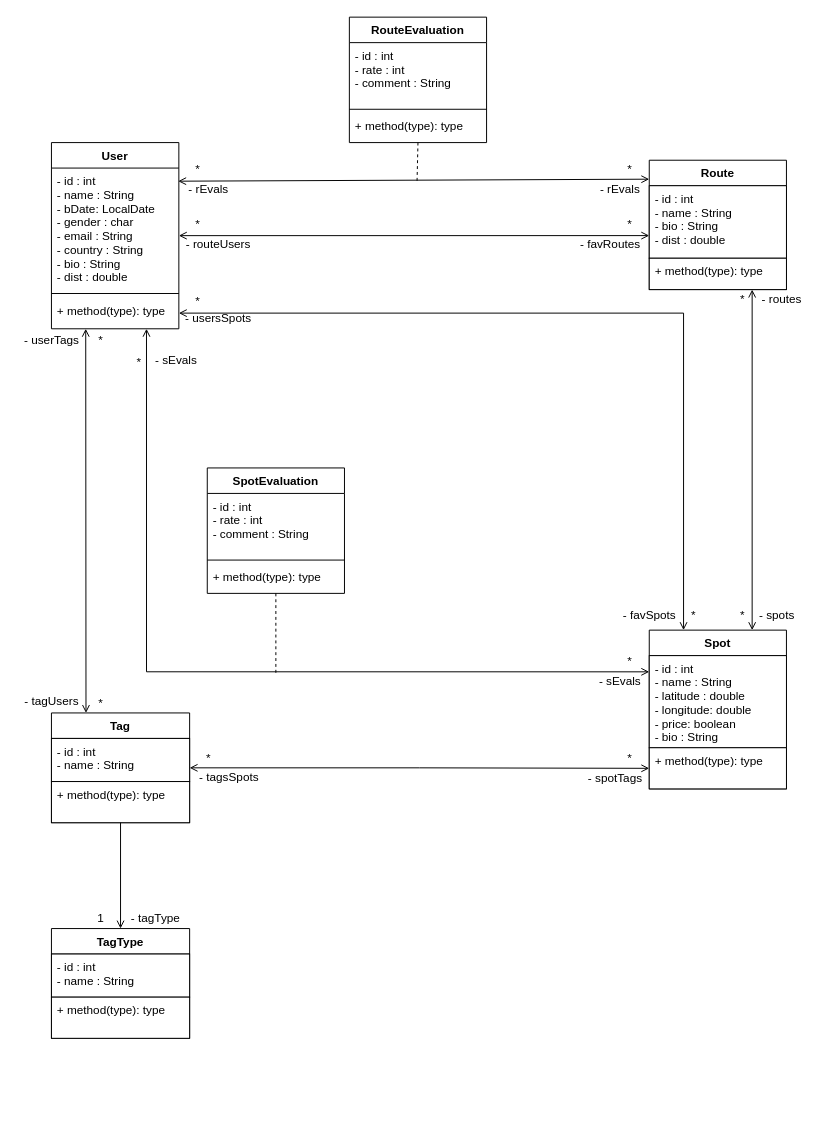
Above: Poo/Diagrama_de_Classes.drawio in felipesabbado/Ulide (draw.io), before the change. Source tidied: cells renumbered, new cells numbered last; positions are measured from the earlier drawing's top-left corner, leaving out a move shared by most shapes. Both pictures are drawn from the tidied source at 98%, with x=0, y=0 at pixel (17, 17).
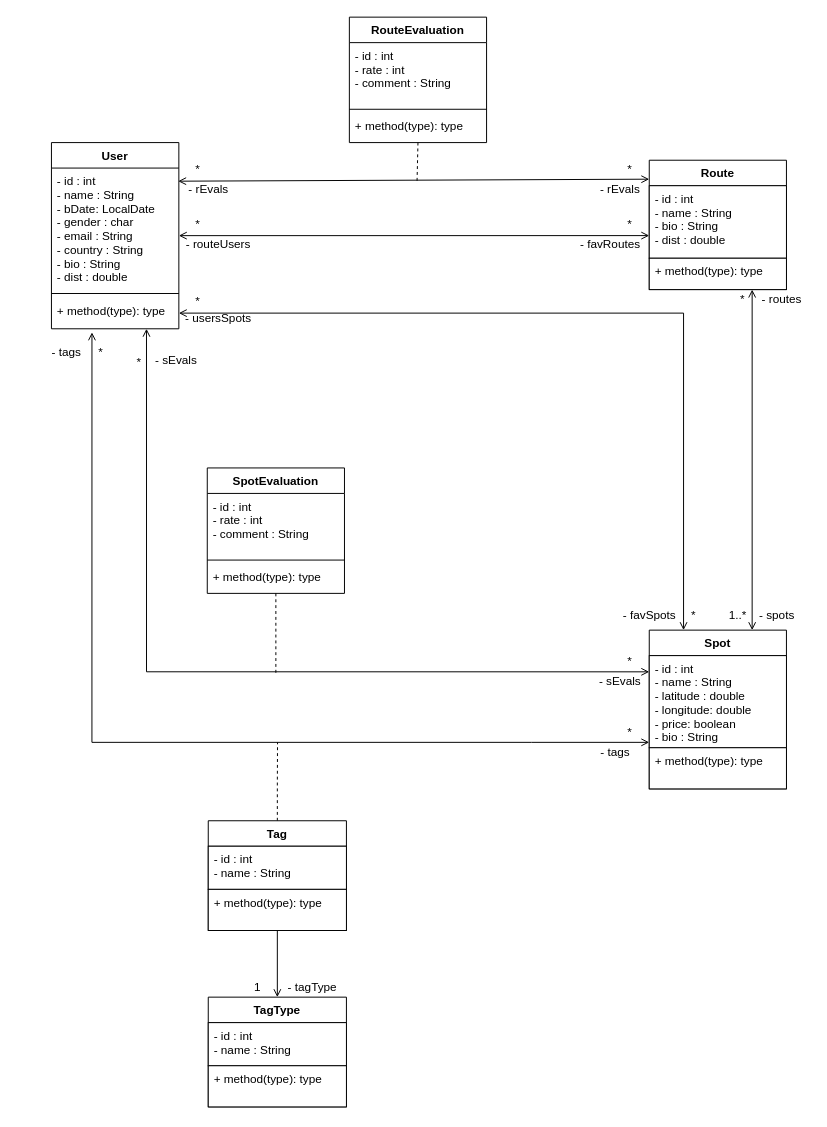
After the change.

Commit message (it also covers changes not shown here):
update class diagrams

Unchanged cells that the change refers to:
```xml
<mxCell id="6" value="+ method(type): type" style="text;strokeColor=none;fillColor=none;align=left;verticalAlign=top;spacingLeft=4;spacingRight=4;overflow=hidden;points=[[0,0.5],[1,0.5]];portConstraint=eastwest;fontColor=default;" parent="3" vertex="1">
  <mxGeometry y="158" width="130" height="32" as="geometry" />
</mxCell>
<mxCell id="20" value="+ method(type): type" style="text;strokeColor=default;fillColor=default;align=left;verticalAlign=top;spacingLeft=4;spacingRight=4;overflow=hidden;points=[[0,0.5],[1,0.5]];portConstraint=eastwest;fontColor=default;" parent="18" vertex="1">
  <mxGeometry y="120" width="140" height="42" as="geometry" />
</mxCell>
```

Diff of the diagram source:
```diff
@@
     <mxCell id="7" value="TagType" style="swimlane;fontStyle=1;align=center;verticalAlign=top;horizontal=1;startSize=26;fillColor=default;strokeColor=default;fontColor=default;" parent="1" vertex="1">
-      <mxGeometry x="35" y="930" width="141" height="112" as="geometry" />
+      <mxGeometry x="195" y="1000" width="141" height="112" as="geometry" />
     </mxCell>
@@
-    <mxCell id="10" style="edgeStyle=orthogonalEdgeStyle;rounded=0;jettySize=auto;html=1;endArrow=open;endFill=0;startArrow=open;startFill=0;strokeColor=default;labelBackgroundColor=default;fontColor=default;fillColor=default;exitX=1;exitY=0.5;exitDx=0;exitDy=0;entryX=0;entryY=0.5;entryDx=0;entryDy=0;" parent="1" edge="1" source="11" target="20">
-      <mxGeometry relative="1" as="geometry" />
-    </mxCell>
+    <mxCell id="66" style="edgeStyle=orthogonalEdgeStyle;rounded=0;jettySize=auto;html=1;exitX=0.5;exitY=0;exitDx=0;exitDy=0;startArrow=none;startFill=0;endArrow=none;endFill=0;dashed=1;" parent="1" edge="1" source="11">
+      <mxGeometry relative="1" as="geometry">
+        <mxPoint x="265.7" y="740" as="targetPoint" />
+      </mxGeometry>
+    </mxCell>
     <mxCell id="11" value="Tag" style="swimlane;fontStyle=1;align=center;verticalAlign=top;horizontal=1;startSize=26;fillColor=default;strokeColor=default;fontColor=default;" parent="1" vertex="1">
-      <mxGeometry x="35" y="710" width="141" height="112" as="geometry" />
+      <mxGeometry x="195" y="820" width="141" height="112" as="geometry" />
     </mxCell>
@@
     <mxCell id="15" value="1" style="text;html=1;align=center;verticalAlign=middle;strokeColor=none;fillColor=none;fontColor=default;" parent="1" vertex="1">
-      <mxGeometry x="75" y="910" width="20" height="20" as="geometry" />
+      <mxGeometry x="235" y="980" width="20" height="20" as="geometry" />
     </mxCell>
     <mxCell id="16" value="- tagType" style="text;html=1;align=center;verticalAlign=middle;strokeColor=none;fillColor=none;fontColor=default;" parent="1" vertex="1">
-      <mxGeometry x="106" y="910" width="70" height="20" as="geometry" />
+      <mxGeometry x="266" y="980" width="70" height="20" as="geometry" />
     </mxCell>
@@
+    <mxCell id="67" style="edgeStyle=orthogonalEdgeStyle;rounded=0;jettySize=auto;html=1;entryX=0.318;entryY=1.114;entryDx=0;entryDy=0;entryPerimeter=0;endArrow=open;endFill=0;startArrow=open;startFill=0;" parent="1" edge="1" target="6">
+      <mxGeometry relative="1" as="geometry">
+        <mxPoint x="645" y="740" as="sourcePoint" />
+        <Array as="points">
+          <mxPoint x="525" y="740" />
+          <mxPoint x="76" y="740" />
+        </Array>
+      </mxGeometry>
+    </mxCell>
@@
     <mxCell id="21" value="*" style="text;html=1;align=center;verticalAlign=middle;strokeColor=none;fillColor=none;fontColor=default;" parent="1" vertex="1">
-      <mxGeometry x="615" y="746.5" width="20" height="20" as="geometry" />
+      <mxGeometry x="615" y="720" width="20" height="20" as="geometry" />
     </mxCell>
-    <mxCell id="22" value="- tagsSpots" style="text;html=1;align=center;verticalAlign=middle;strokeColor=none;fillColor=none;fontColor=default;" parent="1" vertex="1">
-      <mxGeometry x="176" y="765.5" width="80" height="20" as="geometry" />
-    </mxCell>
-    <mxCell id="23" value="*" style="text;html=1;align=center;verticalAlign=middle;strokeColor=none;fillColor=none;fontColor=default;" parent="1" vertex="1">
-      <mxGeometry x="185" y="746.5" width="20" height="20" as="geometry" />
-    </mxCell>
-    <mxCell id="24" value="- spotTags" style="text;html=1;align=center;verticalAlign=middle;strokeColor=none;fillColor=none;fontColor=default;" parent="1" vertex="1">
-      <mxGeometry x="575" y="766.5" width="70" height="20" as="geometry" />
+    <mxCell id="24" value="- tags" style="text;html=1;align=center;verticalAlign=middle;strokeColor=none;fillColor=none;fontColor=default;" parent="1" vertex="1">
+      <mxGeometry x="585" y="740" width="50" height="20" as="geometry" />
     </mxCell>
@@
-    <mxCell id="32" value="*" style="text;html=1;align=center;verticalAlign=middle;strokeColor=none;fillColor=none;fontColor=default;" parent="1" vertex="1">
-      <mxGeometry x="730" y="600.5" width="20" height="20" as="geometry" />
+    <mxCell id="32" value="1..*" style="text;html=1;align=center;verticalAlign=middle;strokeColor=none;fillColor=none;fontColor=default;" parent="1" vertex="1">
+      <mxGeometry x="720" y="600.5" width="30" height="20" as="geometry" />
     </mxCell>
@@
-    <mxCell id="36" value="*" style="text;html=1;align=center;verticalAlign=middle;strokeColor=none;fillColor=none;fontColor=default;" parent="1" vertex="1">
-      <mxGeometry x="75" y="320" width="20" height="20" as="geometry" />
-    </mxCell>
-    <mxCell id="37" value="- userTags" style="text;html=1;align=center;verticalAlign=middle;strokeColor=none;fillColor=none;fontColor=default;" parent="1" vertex="1">
-      <mxGeometry y="320" width="70" height="20" as="geometry" />
-    </mxCell>
-    <mxCell id="38" value="*" style="text;html=1;align=center;verticalAlign=middle;strokeColor=none;fillColor=none;fontColor=default;" parent="1" vertex="1">
-      <mxGeometry x="75" y="690" width="20" height="20" as="geometry" />
-    </mxCell>
-    <mxCell id="39" value="- tagUsers" style="text;html=1;align=center;verticalAlign=middle;strokeColor=none;fillColor=none;fontColor=default;" parent="1" vertex="1">
-      <mxGeometry y="688" width="70" height="20" as="geometry" />
-    </mxCell>
@@
-    <mxCell id="58" style="rounded=0;jettySize=auto;html=1;entryX=0.25;entryY=0;entryDx=0;entryDy=0;startArrow=open;startFill=0;endArrow=open;endFill=0;strokeColor=default;labelBackgroundColor=default;fontColor=default;exitX=0.269;exitY=1;exitDx=0;exitDy=0;exitPerimeter=0;" parent="1" edge="1" source="6" target="11">
-      <mxGeometry relative="1" as="geometry" />
-    </mxCell>
@@
+    <mxCell id="68" value="*" style="text;html=1;align=center;verticalAlign=middle;strokeColor=none;fillColor=none;fontColor=default;" parent="1" vertex="1">
+      <mxGeometry x="75" y="332" width="20" height="20" as="geometry" />
+    </mxCell>
+    <mxCell id="69" value="- tags" style="text;html=1;align=center;verticalAlign=middle;strokeColor=none;fillColor=none;fontColor=default;" parent="1" vertex="1">
+      <mxGeometry x="25" y="332" width="50" height="20" as="geometry" />
+    </mxCell>
```
